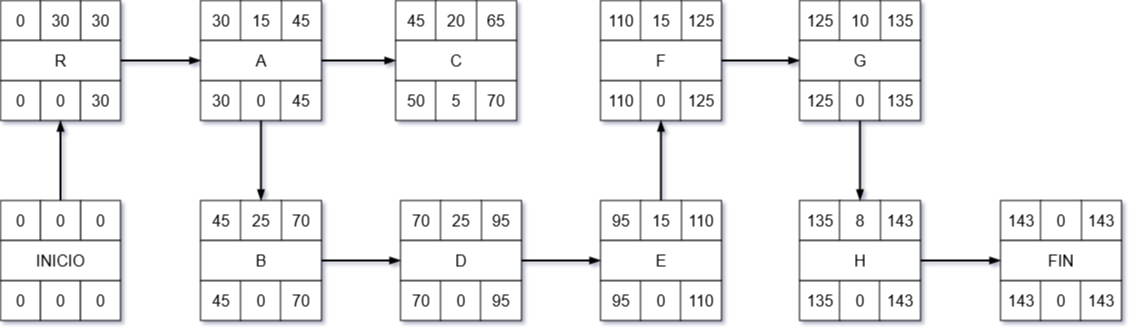
The draw.io diagram diagramas/CMP/CMP.drawio.png in POLA-LCS/juego-consciente, before a commit. Source tidied: cells renumbered, new cells last; positions are measured from the earlier drawing's top-left corner, leaving out a move shared by most shapes.
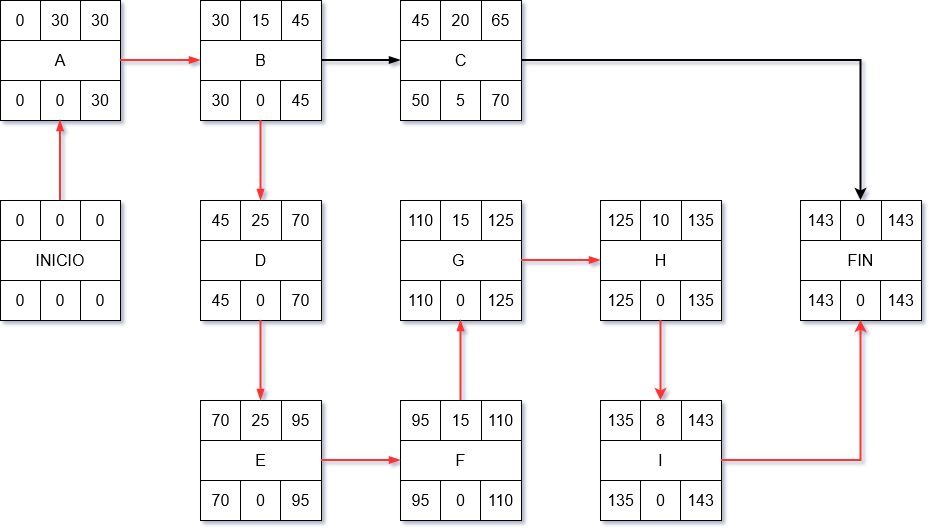
After the commit.

The edit, as a diff of the source:
```diff
@@ -3,7 +3,7 @@
     <mxCell id="0" />
     <mxCell id="1" parent="0" />
     <mxCell id="2" style="group;" parent="1" vertex="1">
-      <mxGeometry x="200" width="121" height="120" as="geometry" />
+      <mxGeometry x="190" y="-11" width="121" height="120" as="geometry" />
     </mxCell>
     <mxCell id="3" value="30" style="whiteSpace=wrap;html=1;fontSize=16;rounded=0;" parent="2" vertex="1">
       <mxGeometry width="41" height="40" as="geometry" />
@@ -23,11 +23,11 @@
     <mxCell id="8" value="45" style="whiteSpace=wrap;html=1;fontSize=16;rounded=0;" parent="2" vertex="1">
       <mxGeometry x="80" y="80" width="41" height="40" as="geometry" />
     </mxCell>
-    <mxCell id="9" value="A" style="rounded=0;whiteSpace=wrap;html=1;fontSize=16;" parent="2" vertex="1">
+    <mxCell id="9" value="B" style="rounded=0;whiteSpace=wrap;html=1;fontSize=16;" parent="2" vertex="1">
       <mxGeometry y="40" width="121" height="40" as="geometry" />
     </mxCell>
     <mxCell id="10" style="group;" parent="1" vertex="1">
-      <mxGeometry y="200" width="120" height="120" as="geometry" />
+      <mxGeometry x="-10" y="189" width="120" height="120" as="geometry" />
     </mxCell>
     <mxCell id="11" value="0" style="whiteSpace=wrap;html=1;fontSize=16;rounded=0;" parent="10" vertex="1">
       <mxGeometry width="40" height="40" as="geometry" />
@@ -51,7 +51,7 @@
       <mxGeometry y="40" width="120" height="40" as="geometry" />
     </mxCell>
     <mxCell id="18" style="group;" parent="1" vertex="1">
-      <mxGeometry x="200" y="200" width="121" height="120" as="geometry" />
+      <mxGeometry x="190" y="189" width="121" height="120" as="geometry" />
     </mxCell>
     <mxCell id="19" value="45" style="whiteSpace=wrap;html=1;fontSize=16;rounded=0;" parent="18" vertex="1">
       <mxGeometry width="41" height="40" as="geometry" />
@@ -74,11 +74,11 @@
     <mxCell id="25" value="70" style="whiteSpace=wrap;html=1;fontSize=16;rounded=0;" parent="18" vertex="1">
       <mxGeometry x="80" y="80" width="41" height="40" as="geometry" />
     </mxCell>
-    <mxCell id="26" value="B" style="rounded=0;whiteSpace=wrap;html=1;fontSize=16;" parent="18" vertex="1">
+    <mxCell id="26" value="D" style="rounded=0;whiteSpace=wrap;html=1;fontSize=16;" parent="18" vertex="1">
       <mxGeometry y="40" width="121" height="40" as="geometry" />
     </mxCell>
     <mxCell id="27" style="group;" parent="1" vertex="1">
-      <mxGeometry x="395.1" width="121" height="120" as="geometry" />
+      <mxGeometry x="390" y="-11" width="121" height="120" as="geometry" />
     </mxCell>
     <mxCell id="28" value="45" style="whiteSpace=wrap;html=1;fontSize=16;rounded=0;" parent="27" vertex="1">
       <mxGeometry width="41" height="40" as="geometry" />
@@ -102,7 +102,7 @@
       <mxGeometry y="40" width="121" height="40" as="geometry" />
     </mxCell>
     <mxCell id="35" style="group;" parent="1" vertex="1">
-      <mxGeometry x="600" width="121" height="120" as="geometry" />
+      <mxGeometry x="390" y="189" width="121" height="120" as="geometry" />
     </mxCell>
     <mxCell id="36" value="110" style="whiteSpace=wrap;html=1;fontSize=16;rounded=0;" parent="35" vertex="1">
       <mxGeometry width="41" height="40" as="geometry" />
@@ -125,11 +125,11 @@
     <mxCell id="42" value="125" style="whiteSpace=wrap;html=1;fontSize=16;rounded=0;" parent="35" vertex="1">
       <mxGeometry x="80" y="80" width="41" height="40" as="geometry" />
     </mxCell>
-    <mxCell id="43" value="F" style="rounded=0;whiteSpace=wrap;html=1;fontSize=16;" parent="35" vertex="1">
+    <mxCell id="43" value="G&amp;nbsp;" style="rounded=0;whiteSpace=wrap;html=1;fontSize=16;" parent="35" vertex="1">
       <mxGeometry y="40" width="121" height="40" as="geometry" />
     </mxCell>
     <mxCell id="44" style="group;" parent="1" vertex="1">
-      <mxGeometry x="799" width="121" height="120" as="geometry" />
+      <mxGeometry x="590" y="189" width="121" height="120" as="geometry" />
     </mxCell>
     <mxCell id="45" value="125" style="whiteSpace=wrap;html=1;fontSize=16;rounded=0;" parent="44" vertex="1">
       <mxGeometry width="41" height="40" as="geometry" />
@@ -152,11 +152,11 @@
     <mxCell id="51" value="135" style="whiteSpace=wrap;html=1;fontSize=16;rounded=0;" parent="44" vertex="1">
       <mxGeometry x="80" y="80" width="41" height="40" as="geometry" />
     </mxCell>
-    <mxCell id="52" value="G" style="rounded=0;whiteSpace=wrap;html=1;fontSize=16;" parent="44" vertex="1">
+    <mxCell id="52" value="H" style="rounded=0;whiteSpace=wrap;html=1;fontSize=16;" parent="44" vertex="1">
       <mxGeometry y="40" width="121" height="40" as="geometry" />
     </mxCell>
     <mxCell id="53" style="group;" parent="1" vertex="1">
-      <mxGeometry x="1000" y="200" width="121" height="120" as="geometry" />
+      <mxGeometry x="790" y="189" width="121" height="120" as="geometry" />
     </mxCell>
     <mxCell id="54" value="143" style="whiteSpace=wrap;html=1;fontSize=16;rounded=0;" parent="53" vertex="1">
       <mxGeometry width="41" height="40" as="geometry" />
@@ -183,7 +183,7 @@
       <mxGeometry y="40" width="121" height="40" as="geometry" />
     </mxCell>
     <mxCell id="62" style="group;" parent="1" vertex="1">
-      <mxGeometry width="120" height="120" as="geometry" />
+      <mxGeometry x="-10" y="-11" width="120" height="120" as="geometry" />
     </mxCell>
     <mxCell id="63" value="0" style="whiteSpace=wrap;html=1;fontSize=16;rounded=0;" parent="62" vertex="1">
       <mxGeometry width="40" height="40" as="geometry" />
@@ -203,23 +203,23 @@
     <mxCell id="68" value="30" style="whiteSpace=wrap;html=1;fontSize=16;rounded=0;" parent="62" vertex="1">
       <mxGeometry x="80" y="80" width="40" height="40" as="geometry" />
     </mxCell>
-    <mxCell id="69" value="R" style="rounded=0;whiteSpace=wrap;html=1;fontSize=16;" parent="62" vertex="1">
+    <mxCell id="69" value="A" style="rounded=0;whiteSpace=wrap;html=1;fontSize=16;" parent="62" vertex="1">
       <mxGeometry y="40" width="120" height="40" as="geometry" />
     </mxCell>
-    <mxCell id="70" style="edgeStyle=orthogonalEdgeStyle;rounded=0;jettySize=auto;html=1;entryX=0.5;entryY=1;entryDx=0;entryDy=0;strokeWidth=2;endArrow=blockThin;endFill=1;" parent="1" edge="1" source="13" target="67">
+    <mxCell id="70" style="edgeStyle=orthogonalEdgeStyle;rounded=0;jettySize=auto;html=1;entryX=0.5;entryY=1;entryDx=0;entryDy=0;strokeWidth=2;endArrow=blockThin;endFill=1;fillColor=#FF3333;strokeColor=#FF3333;" parent="1" edge="1" source="13" target="67">
       <mxGeometry relative="1" as="geometry" />
     </mxCell>
-    <mxCell id="71" style="edgeStyle=orthogonalEdgeStyle;rounded=0;jettySize=auto;html=1;strokeWidth=2;endArrow=blockThin;endFill=1;" parent="1" edge="1" source="69" target="9">
+    <mxCell id="71" style="edgeStyle=orthogonalEdgeStyle;rounded=0;jettySize=auto;html=1;strokeWidth=2;endArrow=blockThin;endFill=1;strokeColor=#FF3333;" parent="1" edge="1" source="69" target="9">
       <mxGeometry relative="1" as="geometry" />
     </mxCell>
-    <mxCell id="72" style="edgeStyle=orthogonalEdgeStyle;rounded=0;jettySize=auto;html=1;strokeWidth=2;endArrow=blockThin;endFill=1;" parent="1" edge="1" source="7" target="22">
+    <mxCell id="72" style="edgeStyle=orthogonalEdgeStyle;rounded=0;jettySize=auto;html=1;strokeWidth=2;endArrow=blockThin;endFill=1;strokeColor=#FF3333;" parent="1" edge="1" source="7" target="22">
       <mxGeometry relative="1" as="geometry" />
     </mxCell>
     <mxCell id="73" style="edgeStyle=orthogonalEdgeStyle;rounded=0;jettySize=auto;html=1;strokeWidth=2;endArrow=blockThin;endFill=1;" parent="1" edge="1" source="9" target="34">
       <mxGeometry relative="1" as="geometry" />
     </mxCell>
     <mxCell id="74" style="group;" parent="1" vertex="1">
-      <mxGeometry x="400" y="200" width="121" height="120" as="geometry" />
+      <mxGeometry x="190" y="389" width="121" height="120" as="geometry" />
     </mxCell>
     <mxCell id="75" value="70" style="whiteSpace=wrap;html=1;fontSize=16;rounded=0;" parent="74" vertex="1">
       <mxGeometry width="41" height="40" as="geometry" />
@@ -242,14 +242,14 @@
     <mxCell id="81" value="95" style="whiteSpace=wrap;html=1;fontSize=16;rounded=0;" parent="74" vertex="1">
       <mxGeometry x="80" y="80" width="41" height="40" as="geometry" />
     </mxCell>
-    <mxCell id="82" value="D" style="rounded=0;whiteSpace=wrap;html=1;fontSize=16;" parent="74" vertex="1">
+    <mxCell id="82" value="E" style="rounded=0;whiteSpace=wrap;html=1;fontSize=16;" parent="74" vertex="1">
       <mxGeometry y="40" width="121" height="40" as="geometry" />
     </mxCell>
-    <mxCell id="83" style="edgeStyle=orthogonalEdgeStyle;rounded=0;jettySize=auto;html=1;strokeWidth=2;endArrow=blockThin;endFill=1;" parent="1" edge="1" source="26" target="82">
+    <mxCell id="83" style="edgeStyle=orthogonalEdgeStyle;rounded=0;jettySize=auto;html=1;strokeWidth=2;endArrow=blockThin;endFill=1;exitX=0.5;exitY=1;exitDx=0;exitDy=0;entryX=0.5;entryY=0;entryDx=0;entryDy=0;strokeColor=#FF3333;" parent="1" edge="1" source="24" target="78">
       <mxGeometry relative="1" as="geometry" />
     </mxCell>
     <mxCell id="84" style="group;" parent="1" vertex="1">
-      <mxGeometry x="600" y="200" width="121" height="120" as="geometry" />
+      <mxGeometry x="390" y="389" width="121" height="120" as="geometry" />
     </mxCell>
     <mxCell id="85" value="95" style="whiteSpace=wrap;html=1;fontSize=16;rounded=0;" parent="84" vertex="1">
       <mxGeometry width="41" height="40" as="geometry" />
@@ -272,20 +272,20 @@
     <mxCell id="91" value="110" style="whiteSpace=wrap;html=1;fontSize=16;rounded=0;" parent="84" vertex="1">
       <mxGeometry x="80" y="80" width="41" height="40" as="geometry" />
     </mxCell>
-    <mxCell id="92" value="E" style="rounded=0;whiteSpace=wrap;html=1;fontSize=16;" parent="84" vertex="1">
+    <mxCell id="92" value="F" style="rounded=0;whiteSpace=wrap;html=1;fontSize=16;" parent="84" vertex="1">
       <mxGeometry y="40" width="121" height="40" as="geometry" />
     </mxCell>
-    <mxCell id="93" style="edgeStyle=orthogonalEdgeStyle;rounded=0;jettySize=auto;html=1;strokeWidth=2;endArrow=blockThin;endFill=1;" parent="1" edge="1" source="82" target="92">
+    <mxCell id="93" style="edgeStyle=orthogonalEdgeStyle;rounded=0;jettySize=auto;html=1;strokeWidth=2;endArrow=blockThin;endFill=1;entryX=0;entryY=0.5;entryDx=0;entryDy=0;strokeColor=#FF3333;" parent="1" edge="1" source="82" target="92">
       <mxGeometry relative="1" as="geometry" />
     </mxCell>
-    <mxCell id="94" style="edgeStyle=orthogonalEdgeStyle;rounded=0;jettySize=auto;html=1;strokeWidth=2;endArrow=blockThin;endFill=1;" parent="1" edge="1" source="88" target="41">
+    <mxCell id="94" style="edgeStyle=orthogonalEdgeStyle;rounded=0;jettySize=auto;html=1;strokeWidth=2;endArrow=blockThin;endFill=1;strokeColor=#FF3333;" parent="1" edge="1" source="88" target="41">
       <mxGeometry relative="1" as="geometry" />
     </mxCell>
-    <mxCell id="95" style="edgeStyle=orthogonalEdgeStyle;rounded=0;jettySize=auto;html=1;strokeWidth=2;endArrow=blockThin;endFill=1;" parent="1" edge="1" source="43" target="52">
+    <mxCell id="95" style="edgeStyle=orthogonalEdgeStyle;rounded=0;jettySize=auto;html=1;strokeWidth=2;endArrow=blockThin;endFill=1;strokeColor=#FF3333;" parent="1" edge="1" source="43" target="52">
       <mxGeometry relative="1" as="geometry" />
     </mxCell>
     <mxCell id="96" style="group;" parent="1" vertex="1">
-      <mxGeometry x="799" y="200" width="121" height="120" as="geometry" />
+      <mxGeometry x="590" y="389" width="121" height="120" as="geometry" />
     </mxCell>
     <mxCell id="97" value="135" style="whiteSpace=wrap;html=1;fontSize=16;rounded=0;" parent="96" vertex="1">
       <mxGeometry width="41" height="40" as="geometry" />
@@ -308,14 +308,17 @@
     <mxCell id="103" value="143" style="whiteSpace=wrap;html=1;fontSize=16;rounded=0;" parent="96" vertex="1">
       <mxGeometry x="80" y="80" width="41" height="40" as="geometry" />
     </mxCell>
-    <mxCell id="104" value="H" style="rounded=0;whiteSpace=wrap;html=1;fontSize=16;" parent="96" vertex="1">
+    <mxCell id="104" value="I" style="rounded=0;whiteSpace=wrap;html=1;fontSize=16;" parent="96" vertex="1">
       <mxGeometry y="40" width="121" height="40" as="geometry" />
     </mxCell>
-    <mxCell id="105" style="edgeStyle=orthogonalEdgeStyle;rounded=0;jettySize=auto;html=1;strokeWidth=2;endArrow=blockThin;endFill=1;" parent="1" edge="1" source="50" target="99">
+    <mxCell id="105" style="edgeStyle=orthogonalEdgeStyle;rounded=0;jettySize=auto;html=1;strokeWidth=2;strokeColor=#FF3333;" parent="1" edge="1" source="50" target="99">
       <mxGeometry relative="1" as="geometry" />
     </mxCell>
-    <mxCell id="106" style="edgeStyle=orthogonalEdgeStyle;rounded=0;jettySize=auto;html=1;strokeWidth=2;endArrow=blockThin;endFill=1;" parent="1" edge="1" source="104" target="61">
-      <mxGeometry relative="1" as="geometry" />
-    </mxCell>
+    <mxCell id="107" style="edgeStyle=orthogonalEdgeStyle;rounded=0;jettySize=auto;html=1;strokeWidth=2;" parent="1" edge="1" source="34" target="56">
+      <mxGeometry relative="1" as="geometry" />
+    </mxCell>
+    <mxCell id="108" style="edgeStyle=orthogonalEdgeStyle;rounded=0;jettySize=auto;html=1;strokeWidth=2;strokeColor=#FF3333;" parent="1" edge="1" source="104" target="59">
+      <mxGeometry relative="1" as="geometry" />
+    </mxCell>
   </root>
 </mxGraphModel>
```
